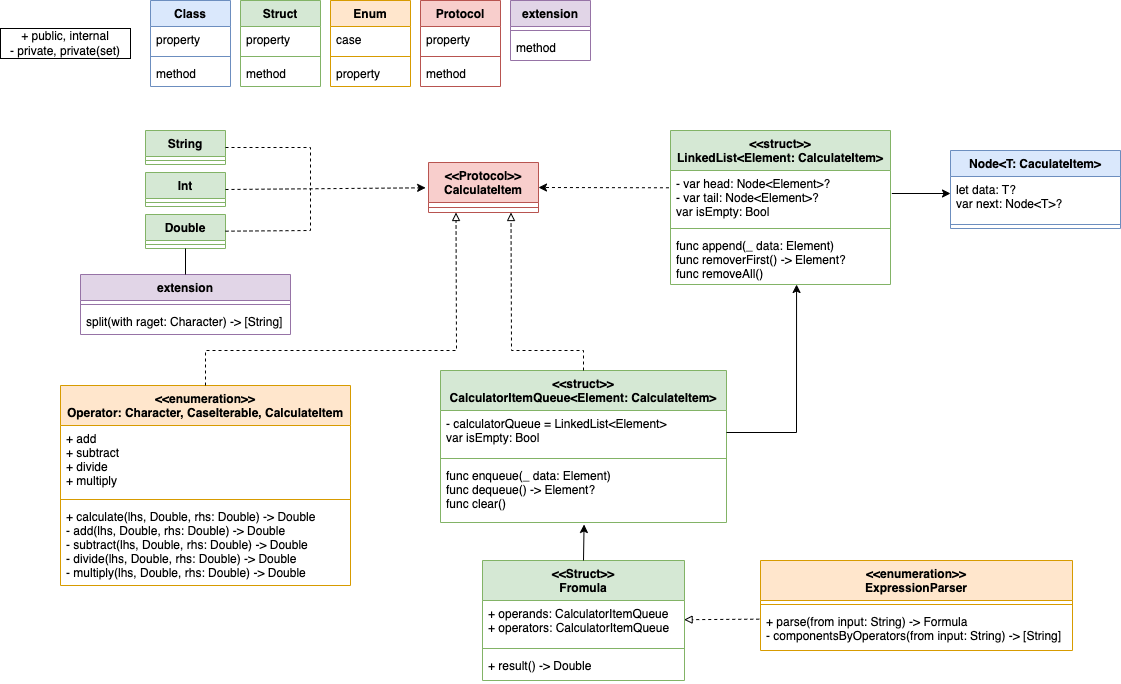
Earlier version of the draw.io export Calculator_step2.drawio.png (yagom-academy/ios-calculator-app). Source tidied: cells renumbered, new cells last; positions are measured from the earlier drawing's top-left corner, leaving out a move shared by most shapes.
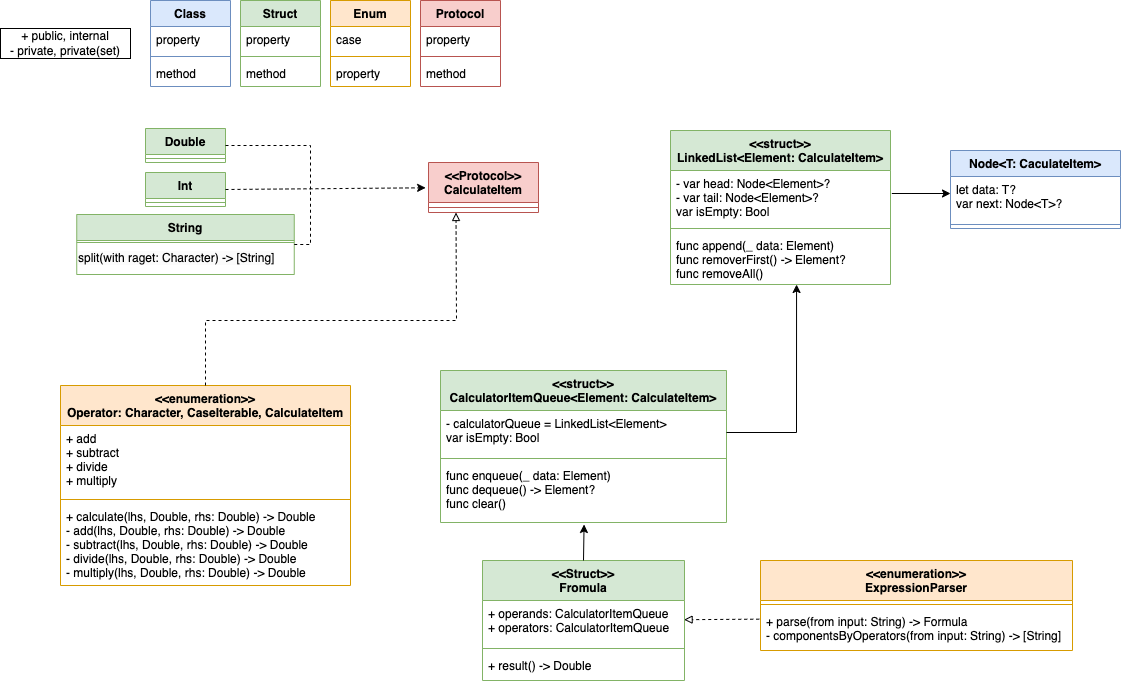
The same file after the commit.

What changed in the source:
```diff
@@ -99,10 +99,10 @@
       <mxGeometry relative="1" as="geometry" />
     </mxCell>
     <mxCell id="33" value="String" style="swimlane;fontStyle=1;align=center;verticalAlign=top;horizontal=1;startSize=26;fillColor=#d5e8d4;strokeColor=#82b366;" parent="1" vertex="1">
-      <mxGeometry x="145" y="130" width="80" height="34" as="geometry" />
+      <mxGeometry x="76.2" y="214" width="217.5" height="60" as="geometry" />
     </mxCell>
     <mxCell id="34" style="line;strokeWidth=1;fillColor=none;align=left;verticalAlign=middle;spacingTop=-1;spacingLeft=3;spacingRight=3;labelPosition=right;strokeColor=inherit;" parent="33" vertex="1">
-      <mxGeometry y="26" width="80" height="8" as="geometry" />
+      <mxGeometry y="26" width="217.5" height="4" as="geometry" />
     </mxCell>
     <mxCell id="35" style="edgeStyle=orthogonalEdgeStyle;rounded=0;orthogonalLoop=1;jettySize=auto;html=1;exitX=1;exitY=0.5;exitDx=0;exitDy=0;" parent="33" edge="1">
       <mxGeometry relative="1" as="geometry">
@@ -110,6 +110,9 @@
         <mxPoint x="80" y="39" as="targetPoint" />
       </mxGeometry>
     </mxCell>
+    <mxCell id="55" value="&lt;meta charset=&quot;utf-8&quot;&gt;&lt;span style=&quot;color: rgb(0, 0, 0); font-family: Helvetica; font-size: 12px; font-style: normal; font-variant-ligatures: normal; font-variant-caps: normal; font-weight: 400; letter-spacing: normal; orphans: 2; text-align: left; text-indent: 0px; text-transform: none; widows: 2; word-spacing: 0px; -webkit-text-stroke-width: 0px; background-color: rgb(251, 251, 251); text-decoration-thickness: initial; text-decoration-style: initial; text-decoration-color: initial; float: none; display: inline !important;&quot;&gt;split(with raget: Character) -&amp;gt; [String]&lt;/span&gt;" style="text;whiteSpace=wrap;html=1;" parent="33" vertex="1">
+      <mxGeometry y="30" width="217.5" height="30" as="geometry" />
+    </mxCell>
     <mxCell id="36" value="Int" style="swimlane;fontStyle=1;align=center;verticalAlign=top;horizontal=1;startSize=26;fillColor=#d5e8d4;strokeColor=#82b366;" parent="1" vertex="1">
       <mxGeometry x="145" y="172" width="80" height="34" as="geometry" />
     </mxCell>
@@ -123,7 +126,7 @@
       </mxGeometry>
     </mxCell>
     <mxCell id="39" value="Double" style="swimlane;fontStyle=1;align=center;verticalAlign=top;horizontal=1;startSize=26;fillColor=#d5e8d4;strokeColor=#82b366;" parent="1" vertex="1">
-      <mxGeometry x="145" y="214" width="80" height="34" as="geometry" />
+      <mxGeometry x="145" y="128" width="80" height="34" as="geometry" />
     </mxCell>
     <mxCell id="40" style="line;strokeWidth=1;fillColor=none;align=left;verticalAlign=middle;spacingTop=-1;spacingLeft=3;spacingRight=3;labelPosition=right;strokeColor=inherit;" parent="39" vertex="1">
       <mxGeometry y="26" width="80" height="8" as="geometry" />
@@ -167,24 +170,6 @@
     <mxCell id="52" style="edgeStyle=orthogonalEdgeStyle;rounded=0;orthogonalLoop=1;jettySize=auto;html=1;exitX=1;exitY=0.5;exitDx=0;exitDy=0;" parent="48" edge="1" source="49" target="49">
       <mxGeometry relative="1" as="geometry" />
     </mxCell>
-    <mxCell id="53" value="extension" style="swimlane;fontStyle=1;align=center;verticalAlign=top;horizontal=1;startSize=26;fillColor=#e1d5e7;strokeColor=#9673a6;" parent="1" vertex="1">
-      <mxGeometry x="80" y="274" width="210" height="60" as="geometry" />
-    </mxCell>
-    <mxCell id="54" style="line;strokeWidth=1;fillColor=none;align=left;verticalAlign=middle;spacingTop=-1;spacingLeft=3;spacingRight=3;labelPosition=right;strokeColor=inherit;" parent="53" vertex="1">
-      <mxGeometry y="26" width="210" height="8" as="geometry" />
-    </mxCell>
-    <mxCell id="55" value="split(with raget: Character) -&gt; [String]" style="text;strokeColor=none;fillColor=none;align=left;verticalAlign=top;spacingLeft=4;spacingRight=4;overflow=hidden;" parent="53" vertex="1">
-      <mxGeometry y="34" width="210" height="26" as="geometry" />
-    </mxCell>
-    <mxCell id="56" style="edgeStyle=orthogonalEdgeStyle;rounded=0;orthogonalLoop=1;jettySize=auto;html=1;exitX=1;exitY=0.5;exitDx=0;exitDy=0;" parent="53" edge="1">
-      <mxGeometry relative="1" as="geometry">
-        <mxPoint x="80" y="39" as="sourcePoint" />
-        <mxPoint x="80" y="39" as="targetPoint" />
-      </mxGeometry>
-    </mxCell>
-    <mxCell id="57" style="endArrow=none;html=1;rounded=0;exitX=0.5;exitY=0;exitDx=0;exitDy=0;entryX=0.5;entryY=1;entryDx=0;entryDy=0;" parent="1" edge="1" source="53" target="39">
-      <mxGeometry relative="1" as="geometry" />
-    </mxCell>
     <mxCell id="58" value="&lt;&lt;enumeration&gt;&gt;&#10;ExpressionParser" style="swimlane;fontStyle=1;align=center;verticalAlign=top;horizontal=1;startSize=40;fillColor=#ffe6cc;strokeColor=#d79b00;" parent="1" vertex="1">
       <mxGeometry x="760" y="560" width="312" height="90" as="geometry" />
     </mxCell>
@@ -215,29 +200,6 @@
     <mxCell id="66" style="edgeStyle=orthogonalEdgeStyle;rounded=0;orthogonalLoop=1;jettySize=auto;html=1;exitX=1;exitY=0.5;exitDx=0;exitDy=0;" parent="62" edge="1" source="63" target="63">
       <mxGeometry relative="1" as="geometry" />
     </mxCell>
-    <mxCell id="67" value="extension" style="swimlane;fontStyle=1;align=center;verticalAlign=top;horizontal=1;startSize=26;fillColor=#e1d5e7;strokeColor=#9673a6;" parent="1" vertex="1">
-      <mxGeometry x="510" width="80" height="60" as="geometry" />
-    </mxCell>
-    <mxCell id="68" style="line;strokeWidth=1;fillColor=none;align=left;verticalAlign=middle;spacingTop=-1;spacingLeft=3;spacingRight=3;labelPosition=right;strokeColor=inherit;" parent="67" vertex="1">
-      <mxGeometry y="26" width="80" height="8" as="geometry" />
-    </mxCell>
-    <mxCell id="69" value="method" style="text;strokeColor=none;fillColor=none;align=left;verticalAlign=top;spacingLeft=4;spacingRight=4;overflow=hidden;" parent="67" vertex="1">
-      <mxGeometry y="34" width="80" height="26" as="geometry" />
-    </mxCell>
-    <mxCell id="70" style="edgeStyle=orthogonalEdgeStyle;rounded=0;orthogonalLoop=1;jettySize=auto;html=1;exitX=1;exitY=0.5;exitDx=0;exitDy=0;" parent="67" edge="1">
-      <mxGeometry relative="1" as="geometry">
-        <mxPoint x="80" y="39" as="sourcePoint" />
-        <mxPoint x="80" y="39" as="targetPoint" />
-      </mxGeometry>
-    </mxCell>
-    <mxCell id="71" style="endArrow=block;html=1;rounded=0;exitX=0.5;exitY=0;exitDx=0;exitDy=0;entryX=0.75;entryY=1;entryDx=0;entryDy=0;endFill=0;dashed=1;" parent="1" edge="1" source="28" target="25">
-      <mxGeometry relative="1" as="geometry">
-        <Array as="points">
-          <mxPoint x="583" y="350" />
-          <mxPoint x="511" y="350" />
-        </Array>
-      </mxGeometry>
-    </mxCell>
     <mxCell id="72" style="endArrow=classic;html=1;rounded=0;exitX=1.006;exitY=0.426;exitDx=0;exitDy=0;exitPerimeter=0;" parent="1" edge="1" source="44">
       <mxGeometry relative="1" as="geometry">
         <mxPoint x="950" y="193" as="targetPoint" />
@@ -253,14 +215,11 @@
     <mxCell id="74" style="endArrow=block;html=1;rounded=0;exitX=0.5;exitY=0;exitDx=0;exitDy=0;entryX=0.25;entryY=1;entryDx=0;entryDy=0;dashed=1;endFill=0;" parent="1" edge="1" source="48" target="25">
       <mxGeometry relative="1" as="geometry">
         <Array as="points">
-          <mxPoint x="205" y="350" />
-          <mxPoint x="456" y="350" />
+          <mxPoint x="205" y="320" />
+          <mxPoint x="456" y="320" />
         </Array>
       </mxGeometry>
     </mxCell>
-    <mxCell id="75" style="endArrow=classic;html=1;rounded=0;dashed=1;exitX=-0.007;exitY=0.32;exitDx=0;exitDy=0;exitPerimeter=0;entryX=1;entryY=0.5;entryDx=0;entryDy=0;" parent="1" edge="1" source="44" target="25">
-      <mxGeometry relative="1" as="geometry" />
-    </mxCell>
     <mxCell id="76" style="endArrow=classic;html=1;rounded=0;dashed=1;exitX=1;exitY=0.5;exitDx=0;exitDy=0;entryX=-0.026;entryY=0.506;entryDx=0;entryDy=0;entryPerimeter=0;" parent="1" edge="1" source="36" target="25">
       <mxGeometry relative="1" as="geometry" />
     </mxCell>
@@ -268,7 +227,7 @@
       <mxGeometry relative="1" as="geometry">
         <mxPoint x="310" y="190" as="targetPoint" />
         <Array as="points">
-          <mxPoint x="310" y="230" />
+          <mxPoint x="310" y="145" />
         </Array>
       </mxGeometry>
     </mxCell>
@@ -276,7 +235,7 @@
       <mxGeometry relative="1" as="geometry">
         <mxPoint x="310" y="190" as="targetPoint" />
         <Array as="points">
-          <mxPoint x="310" y="147" />
+          <mxPoint x="310" y="244" />
         </Array>
       </mxGeometry>
     </mxCell>
```
